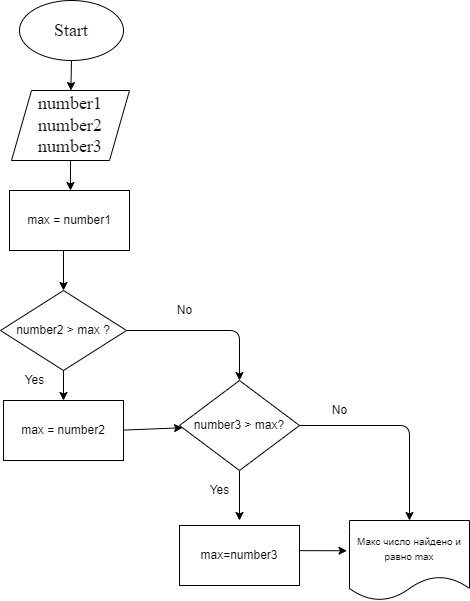
This is Ex002/ex002.drawio.png from Fearenok/Homework, a draw.io export, as it was before one commit. Source tidied: cells renumbered, new cells last; positions are measured from the earlier drawing's top-left corner, leaving out a move shared by most shapes.
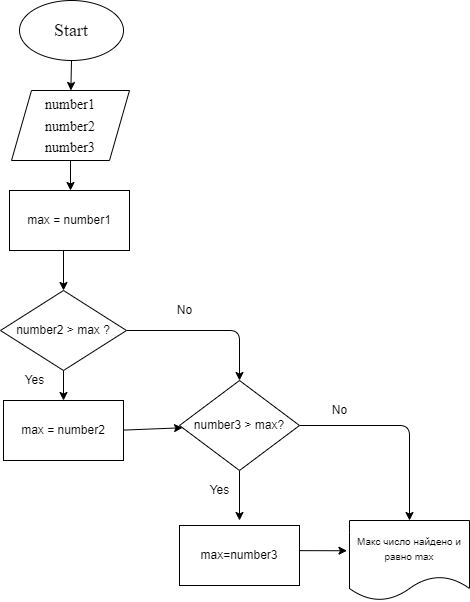
The same diagram one commit later.

What changed in the source:
```diff
@@ -13,7 +13,7 @@
         <mxPoint x="70" y="190" as="targetPoint" />
       </mxGeometry>
     </mxCell>
-    <mxCell id="5" value="number1&lt;br&gt;number2&lt;br&gt;number3" style="shape=parallelogram;perimeter=parallelogramPerimeter;whiteSpace=wrap;html=1;fixedSize=1;fontSize=18;fontFamily=Times New Roman;" parent="1" vertex="1">
+    <mxCell id="5" value="&lt;font style=&quot;font-size: 14px&quot;&gt;number1&lt;br&gt;number2&lt;br&gt;number3&lt;/font&gt;" style="shape=parallelogram;perimeter=parallelogramPerimeter;whiteSpace=wrap;html=1;fixedSize=1;fontSize=18;fontFamily=Times New Roman;" parent="1" vertex="1">
       <mxGeometry x="11" y="90" width="118" height="70" as="geometry" />
     </mxCell>
     <mxCell id="6" style="edgeStyle=none;html=1;" parent="1" edge="1" target="9">
```
